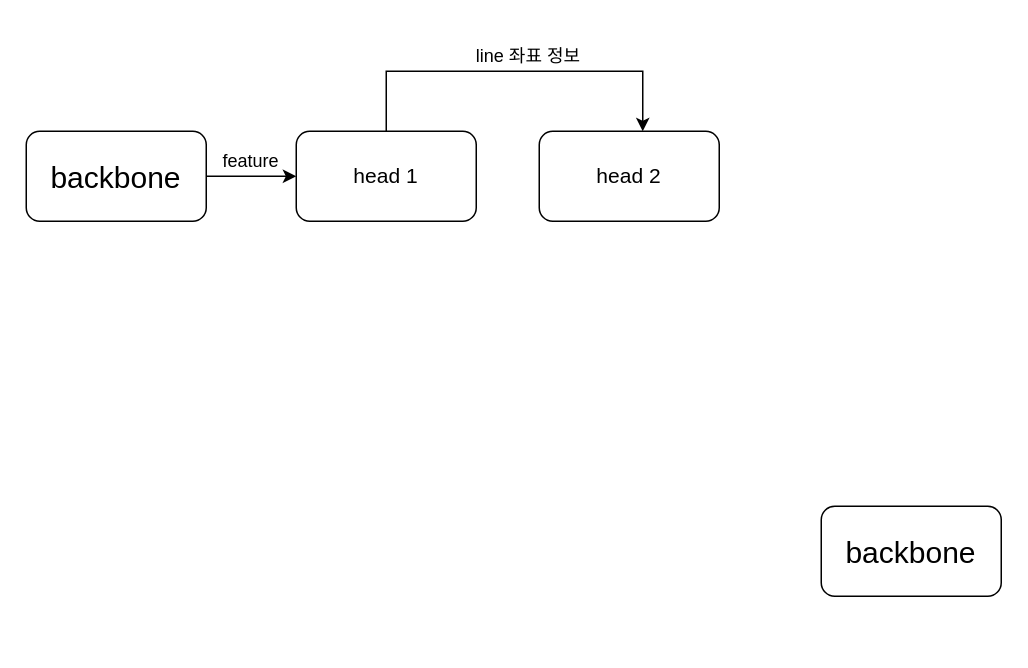
Above: 제목 없는 다이어그램.drawio in 3jp4rk/draw-io-diagram (draw.io), before the change. Source tidied: cells renumbered, new cells numbered last; positions are measured from the earlier drawing's top-left corner, leaving out a move shared by most shapes. Both pictures are drawn from the tidied source at 150%, with x=0, y=0 at pixel (26, 26).
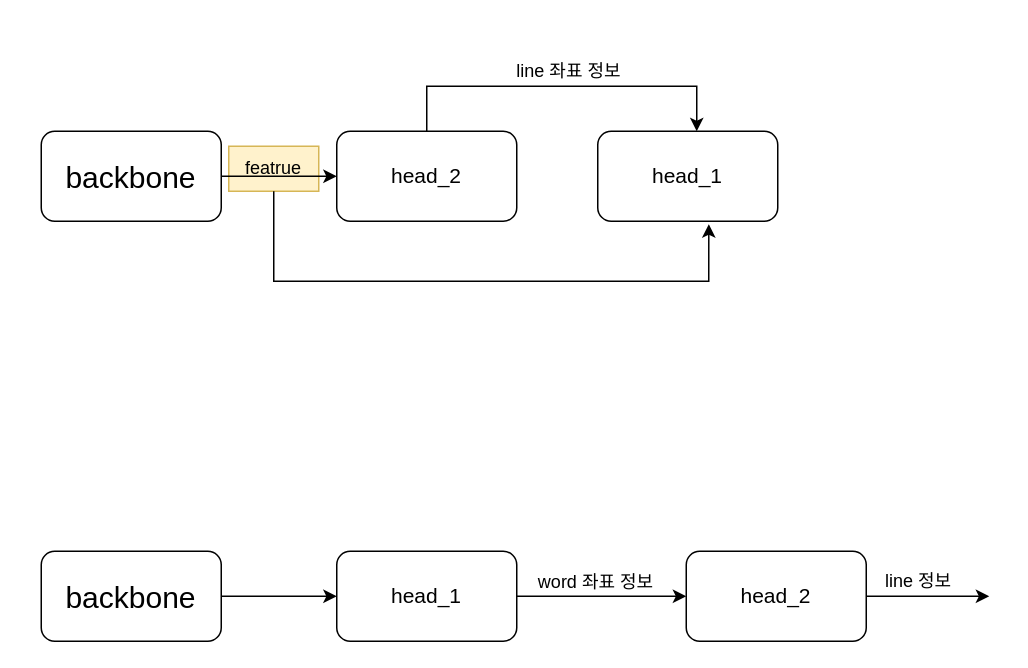
The same diagram, later.

Commit message (it also covers changes not shown here):
제목 없는 다이어그램.drawio 업데이트

Change to the diagram source:
```diff
@@
+    <mxCell id="9" value="featrue" style="text;html=1;strokeColor=#d6b656;fillColor=#fff2cc;align=center;verticalAlign=middle;whiteSpace=wrap;rounded=0;" parent="1" vertex="1">
+      <mxGeometry x="135" y="80" width="60" height="30" as="geometry" />
+    </mxCell>
     <mxCell id="2" value="&lt;font style=&quot;font-size: 20px;&quot;&gt;backbone&lt;br&gt;&lt;/font&gt;" style="rounded=1;whiteSpace=wrap;html=1;" parent="1" vertex="1">
-      <mxGeometry y="70" width="120" height="60" as="geometry" />
+      <mxGeometry x="10" y="70" width="120" height="60" as="geometry" />
     </mxCell>
@@
-    <mxCell id="4" style="edgeStyle=orthogonalEdgeStyle;rounded=0;jettySize=auto;html=1;exitX=0.5;exitY=0;exitDx=0;exitDy=0;entryX=0.575;entryY=0;entryDx=0;entryDy=0;entryPerimeter=0;" parent="1" edge="1" source="5" target="7">
+    <mxCell id="4" style="edgeStyle=orthogonalEdgeStyle;rounded=0;jettySize=auto;html=1;exitX=0.5;exitY=0;exitDx=0;exitDy=0;" parent="1" edge="1" source="5">
       <mxGeometry relative="1" as="geometry">
+        <mxPoint x="447" y="70" as="targetPoint" />
         <Array as="points">
-          <mxPoint x="240" y="30" />
-          <mxPoint x="411" y="30" />
+          <mxPoint x="267" y="40" />
+          <mxPoint x="447" y="40" />
+          <mxPoint x="447" y="70" />
         </Array>
       </mxGeometry>
     </mxCell>
-    <mxCell id="5" value="&lt;font style=&quot;font-size: 14px;&quot;&gt;head 1&lt;/font&gt;" style="rounded=1;whiteSpace=wrap;html=1;" parent="1" vertex="1">
-      <mxGeometry x="180" y="70" width="120" height="60" as="geometry" />
+    <mxCell id="5" value="&lt;font style=&quot;font-size: 14px;&quot;&gt;head_2&lt;/font&gt;" style="rounded=1;whiteSpace=wrap;html=1;" parent="1" vertex="1">
+      <mxGeometry x="207" y="70" width="120" height="60" as="geometry" />
     </mxCell>
-    <mxCell id="6" value="&lt;font style=&quot;font-size: 20px;&quot;&gt;backbone&lt;/font&gt;" style="rounded=1;whiteSpace=wrap;html=1;" parent="1" vertex="1">
-      <mxGeometry x="530" y="320" width="120" height="60" as="geometry" />
-    </mxCell>
-    <mxCell id="7" value="&lt;font style=&quot;font-size: 14px;&quot;&gt;head 2&lt;/font&gt;" style="rounded=1;whiteSpace=wrap;html=1;" parent="1" vertex="1">
-      <mxGeometry x="342" y="70" width="120" height="60" as="geometry" />
+    <mxCell id="7" value="&lt;font style=&quot;font-size: 14px;&quot;&gt;head_1&lt;/font&gt;" style="rounded=1;whiteSpace=wrap;html=1;" parent="1" vertex="1">
+      <mxGeometry x="381" y="70" width="120" height="60" as="geometry" />
     </mxCell>
     <mxCell id="8" value="line 좌표 정보" style="text;html=1;strokeColor=none;fillColor=none;align=center;verticalAlign=middle;whiteSpace=wrap;rounded=0;" parent="1" vertex="1">
-      <mxGeometry x="270" width="130" height="40" as="geometry" />
+      <mxGeometry x="297" y="10" width="130" height="40" as="geometry" />
     </mxCell>
-    <mxCell id="9" value="feature" style="text;html=1;strokeColor=none;fillColor=none;align=center;verticalAlign=middle;whiteSpace=wrap;rounded=0;" parent="1" vertex="1">
-      <mxGeometry x="120" y="75" width="60" height="30" as="geometry" />
-    </mxCell>
+    <mxCell id="10" style="endArrow=classic;html=1;rounded=0;exitX=0.5;exitY=1;exitDx=0;exitDy=0;entryX=0.617;entryY=1.033;entryDx=0;entryDy=0;entryPerimeter=0;jumpStyle=sharp;" parent="1" edge="1" source="9" target="7">
+      <mxGeometry relative="1" as="geometry">
+        <Array as="points">
+          <mxPoint x="165" y="170" />
+          <mxPoint x="260" y="170" />
+          <mxPoint x="455" y="170" />
+        </Array>
+      </mxGeometry>
+    </mxCell>
+    <mxCell id="6" value="&lt;font style=&quot;font-size: 20px;&quot;&gt;backbone&lt;br&gt;&lt;/font&gt;" style="rounded=1;whiteSpace=wrap;html=1;" parent="1" vertex="1">
+      <mxGeometry x="10" y="350" width="120" height="60" as="geometry" />
+    </mxCell>
+    <mxCell id="11" style="endArrow=classic;html=1;rounded=0;exitX=1;exitY=0.5;exitDx=0;exitDy=0;endFill=1;entryX=0;entryY=0.5;entryDx=0;entryDy=0;" parent="1" edge="1" source="6" target="13">
+      <mxGeometry relative="1" as="geometry" />
+    </mxCell>
+    <mxCell id="12" style="edgeStyle=orthogonalEdgeStyle;rounded=0;jettySize=auto;html=1;exitX=1;exitY=0.5;exitDx=0;exitDy=0;entryX=0;entryY=0.5;entryDx=0;entryDy=0;" parent="1" edge="1" source="13" target="14">
+      <mxGeometry relative="1" as="geometry">
+        <Array as="points">
+          <mxPoint x="350" y="380" />
+          <mxPoint x="350" y="380" />
+        </Array>
+      </mxGeometry>
+    </mxCell>
+    <mxCell id="13" value="&lt;font style=&quot;font-size: 14px;&quot;&gt;head_1&lt;/font&gt;" style="rounded=1;whiteSpace=wrap;html=1;" parent="1" vertex="1">
+      <mxGeometry x="207" y="350" width="120" height="60" as="geometry" />
+    </mxCell>
+    <mxCell id="14" value="&lt;font style=&quot;font-size: 14px;&quot;&gt;head_2&lt;/font&gt;" style="rounded=1;whiteSpace=wrap;html=1;" parent="1" vertex="1">
+      <mxGeometry x="440" y="350" width="120" height="60" as="geometry" />
+    </mxCell>
+    <mxCell id="15" value="word 좌표 정보" style="text;html=1;strokeColor=none;fillColor=none;align=center;verticalAlign=middle;whiteSpace=wrap;rounded=0;" parent="1" vertex="1">
+      <mxGeometry x="315" y="351" width="130" height="40" as="geometry" />
+    </mxCell>
+    <mxCell id="16" style="endArrow=classic;html=1;rounded=0;exitX=1;exitY=0.5;exitDx=0;exitDy=0;endFill=1;" parent="1" edge="1" source="14">
+      <mxGeometry relative="1" as="geometry">
+        <mxPoint x="642" y="380" as="targetPoint" />
+      </mxGeometry>
+    </mxCell>
+    <mxCell id="17" value="line 정보" style="text;html=1;strokeColor=none;fillColor=none;align=center;verticalAlign=middle;whiteSpace=wrap;rounded=0;" parent="1" vertex="1">
+      <mxGeometry x="540" y="350" width="110" height="40" as="geometry" />
+    </mxCell>
```
